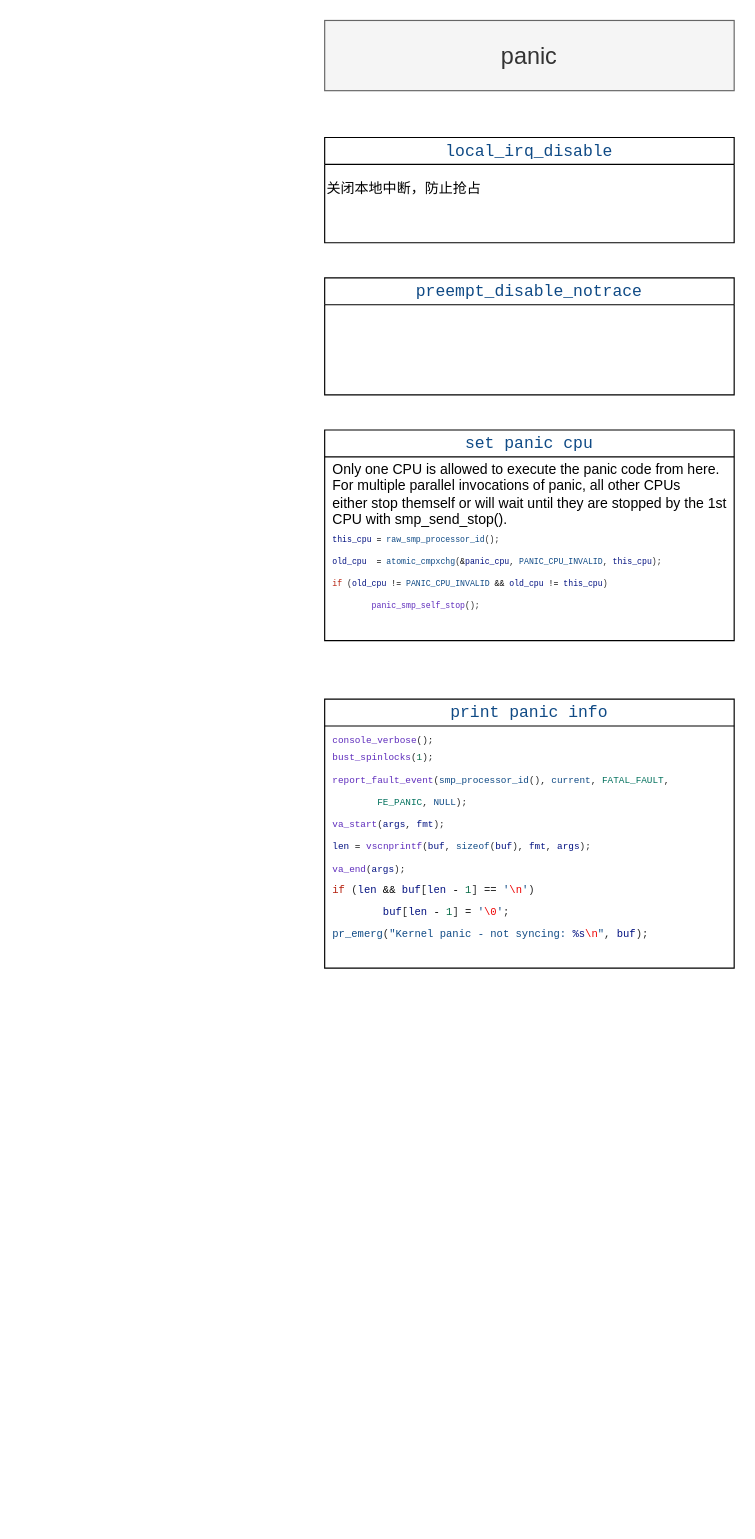
Above: 未命名绘图.drawio in wbzzx-bb/wb-linux (draw.io), before the change. Source tidied: cells renumbered, new cells numbered last; positions are measured from the earlier drawing's top-left corner, leaving out a move shared by most shapes. Both pictures are drawn from the tidied source at 117%, with x=0, y=0 at pixel (324, 20).
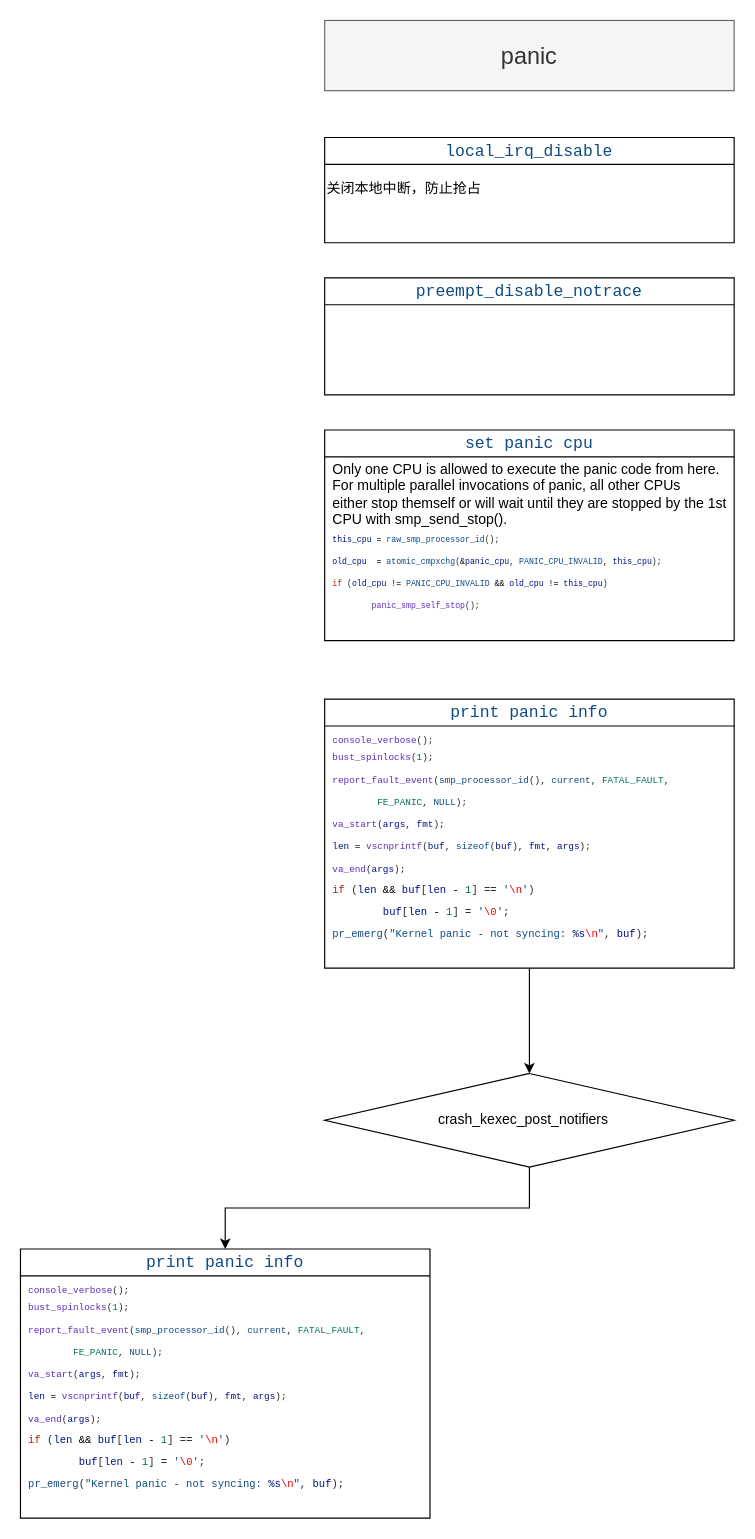
The same diagram, later.

Change to the diagram source:
```diff
@@
 <mxGraphModel>
   <root>
     <mxCell id="0" />
     <mxCell id="1" parent="0" />
     <mxCell id="2" value="&lt;div style=&quot;color: #292929;background-color: #ffffff;font-family: Consolas, 'Courier New', monospace;font-weight: normal;font-size: 14px;line-height: 19px;white-space: pre;&quot;&gt;&lt;span style=&quot;color: #0f4a85;&quot;&gt;local_irq_disable&lt;/span&gt;&lt;/div&gt;" style="swimlane;whiteSpace=wrap;html=1;" parent="1" vertex="1">
       <mxGeometry y="100" width="350" height="90" as="geometry" />
     </mxCell>
     <mxCell id="3" value="&lt;div&gt;关闭本地中断，防止抢占&lt;/div&gt;" style="text;strokeColor=none;align=left;fillColor=none;html=1;verticalAlign=top;whiteSpace=wrap;rounded=0;" parent="2" vertex="1">
       <mxGeometry y="30" width="340" height="30" as="geometry" />
     </mxCell>
     <mxCell id="4" value="&lt;font style=&quot;font-size: 20px;&quot;&gt;panic&lt;/font&gt;" style="rounded=0;whiteSpace=wrap;html=1;fillColor=#f5f5f5;fontColor=#333333;strokeColor=#666666;" parent="1" vertex="1">
       <mxGeometry width="350" height="60" as="geometry" />
     </mxCell>
     <mxCell id="5" value="&lt;div style=&quot;color: #292929;background-color: #ffffff;font-family: Consolas, 'Courier New', monospace;font-weight: normal;font-size: 14px;line-height: 19px;white-space: pre;&quot;&gt;&lt;div style=&quot;line-height: 19px;&quot;&gt;&lt;span style=&quot;color: #0f4a85;&quot;&gt;preempt_disable_notrace&lt;/span&gt;&lt;/div&gt;&lt;/div&gt;" style="swimlane;whiteSpace=wrap;html=1;" parent="1" vertex="1">
       <mxGeometry y="220" width="350" height="100" as="geometry" />
     </mxCell>
     <mxCell id="6" value="&lt;div style=&quot;color: #292929;background-color: #ffffff;font-family: Consolas, 'Courier New', monospace;font-weight: normal;font-size: 14px;line-height: 19px;white-space: pre;&quot;&gt;&lt;div style=&quot;line-height: 19px;&quot;&gt;&lt;span style=&quot;color: #0f4a85;&quot;&gt;set panic cpu&lt;/span&gt;&lt;/div&gt;&lt;/div&gt;" style="swimlane;whiteSpace=wrap;html=1;" parent="1" vertex="1">
       <mxGeometry y="350" width="350" height="180" as="geometry" />
     </mxCell>
     <mxCell id="7" value="&lt;div&gt;Only one CPU is allowed to execute the panic code from here. For&lt;span style=&quot;background-color: initial;&quot;&gt;&amp;nbsp;multiple parallel invocations of panic, all other CPUs either&amp;nbsp;&lt;/span&gt;&lt;span style=&quot;background-color: initial;&quot;&gt;stop themself or will wait until they are stopped by the 1st CPU&lt;/span&gt;&lt;span style=&quot;background-color: initial;&quot;&gt;&amp;nbsp;with smp_send_stop().&lt;/span&gt;&lt;/div&gt;&lt;div style=&quot;font-size: 7px;&quot;&gt;&lt;div style=&quot;color: rgb(41, 41, 41); background-color: rgb(255, 255, 255); font-family: Consolas, &amp;quot;Courier New&amp;quot;, monospace; line-height: 19px; white-space: pre;&quot;&gt;&lt;div&gt;&lt;span style=&quot;color: #001080;&quot;&gt;this_cpu&lt;/span&gt; &lt;span style=&quot;color: #000000;&quot;&gt;=&lt;/span&gt; &lt;span style=&quot;color: #0f4a85;&quot;&gt;raw_smp_processor_id&lt;/span&gt;();&lt;/div&gt;&lt;div&gt;&lt;span style=&quot;color: #001080;&quot;&gt;old_cpu&lt;/span&gt; &amp;nbsp;&lt;span style=&quot;color: #000000;&quot;&gt;=&lt;/span&gt; &lt;span style=&quot;color: #0f4a85;&quot;&gt;atomic_cmpxchg&lt;/span&gt;(&lt;span style=&quot;color: #000000;&quot;&gt;&amp;amp;&lt;/span&gt;&lt;span style=&quot;color: #001080;&quot;&gt;panic_cpu&lt;/span&gt;, &lt;span style=&quot;color: #0f4a85;&quot;&gt;PANIC_CPU_INVALID&lt;/span&gt;, &lt;span style=&quot;color: #001080;&quot;&gt;this_cpu&lt;/span&gt;);&lt;/div&gt;&lt;div&gt;&lt;span style=&quot;color: #b5200d;&quot;&gt;if&lt;/span&gt; (&lt;span style=&quot;color: #001080;&quot;&gt;old_cpu&lt;/span&gt; &lt;span style=&quot;color: #000000;&quot;&gt;!=&lt;/span&gt; &lt;span style=&quot;color: #0f4a85;&quot;&gt;PANIC_CPU_INVALID&lt;/span&gt; &lt;span style=&quot;color: #000000;&quot;&gt;&amp;amp;&amp;amp;&lt;/span&gt; &lt;span style=&quot;color: #001080;&quot;&gt;old_cpu&lt;/span&gt; &lt;span style=&quot;color: #000000;&quot;&gt;!=&lt;/span&gt; &lt;span style=&quot;color: #001080;&quot;&gt;this_cpu&lt;/span&gt;)&lt;/div&gt;&lt;div&gt;&amp;nbsp; &amp;nbsp; &amp;nbsp; &amp;nbsp; &lt;span style=&quot;color: #5e2cbc;&quot;&gt;panic_smp_self_stop&lt;/span&gt;();&lt;/div&gt;&lt;/div&gt;&lt;/div&gt;" style="text;strokeColor=none;align=left;fillColor=none;html=1;verticalAlign=top;whiteSpace=wrap;rounded=0;" parent="6" vertex="1">
       <mxGeometry x="5" y="20" width="340" height="150" as="geometry" />
     </mxCell>
     <mxCell id="8" value="&lt;div style=&quot;color: #292929;background-color: #ffffff;font-family: Consolas, 'Courier New', monospace;font-weight: normal;font-size: 14px;line-height: 19px;white-space: pre;&quot;&gt;&lt;div style=&quot;line-height: 19px;&quot;&gt;&lt;span style=&quot;color: #0f4a85;&quot;&gt;print panic info&lt;/span&gt;&lt;/div&gt;&lt;/div&gt;" style="swimlane;whiteSpace=wrap;html=1;" parent="1" vertex="1">
       <mxGeometry y="580" width="350" height="230" as="geometry" />
     </mxCell>
     <mxCell id="9" value="&lt;div&gt;&lt;span style=&quot;background-color: rgb(255, 255, 255); font-family: Consolas, &amp;quot;Courier New&amp;quot;, monospace; font-size: 8px; white-space: pre; color: rgb(94, 44, 188);&quot;&gt;console_verbose&lt;/span&gt;&lt;span style=&quot;background-color: rgb(255, 255, 255); color: rgb(41, 41, 41); font-family: Consolas, &amp;quot;Courier New&amp;quot;, monospace; font-size: 8px; white-space: pre;&quot;&gt;();&lt;/span&gt;&lt;br&gt;&lt;/div&gt;&lt;div style=&quot;font-size: 7px;&quot;&gt;&lt;div style=&quot;color: rgb(41, 41, 41); background-color: rgb(255, 255, 255); font-family: Consolas, &amp;quot;Courier New&amp;quot;, monospace; line-height: 19px; white-space: pre; font-size: 8px;&quot;&gt;&lt;div style=&quot;line-height: 19px;&quot;&gt;&lt;div&gt;&lt;span style=&quot;color: #5e2cbc;&quot;&gt;bust_spinlocks&lt;/span&gt;(&lt;span style=&quot;color: #096d48;&quot;&gt;1&lt;/span&gt;);&lt;/div&gt;&lt;div&gt;&lt;span style=&quot;color: rgb(94, 44, 188);&quot;&gt;report_fault_event&lt;/span&gt;(&lt;span style=&quot;color: rgb(15, 74, 133);&quot;&gt;smp_processor_id&lt;/span&gt;(), &lt;span style=&quot;color: rgb(15, 74, 133);&quot;&gt;current&lt;/span&gt;, &lt;span style=&quot;color: rgb(2, 113, 93);&quot;&gt;FATAL_FAULT&lt;/span&gt;,&lt;/div&gt;&lt;div&gt;&amp;nbsp; &amp;nbsp; &amp;nbsp; &amp;nbsp; &lt;span style=&quot;color: #02715d;&quot;&gt;FE_PANIC&lt;/span&gt;, &lt;span style=&quot;color: #0f4a85;&quot;&gt;NULL&lt;/span&gt;);&lt;/div&gt;&lt;div&gt;&lt;span style=&quot;color: #5e2cbc;&quot;&gt;va_start&lt;/span&gt;(&lt;span style=&quot;color: #001080;&quot;&gt;args&lt;/span&gt;, &lt;span style=&quot;color: #001080;&quot;&gt;fmt&lt;/span&gt;);&lt;/div&gt;&lt;div&gt;&lt;span style=&quot;color: #001080;&quot;&gt;len&lt;/span&gt; &lt;span style=&quot;color: #000000;&quot;&gt;=&lt;/span&gt; &lt;span style=&quot;color: #5e2cbc;&quot;&gt;vscnprintf&lt;/span&gt;(&lt;span style=&quot;color: #001080;&quot;&gt;buf&lt;/span&gt;, &lt;span style=&quot;color: #0f4a85;&quot;&gt;sizeof&lt;/span&gt;(&lt;span style=&quot;color: #001080;&quot;&gt;buf&lt;/span&gt;), &lt;span style=&quot;color: #001080;&quot;&gt;fmt&lt;/span&gt;, &lt;span style=&quot;color: #001080;&quot;&gt;args&lt;/span&gt;);&lt;/div&gt;&lt;div&gt;&lt;span style=&quot;color: #5e2cbc;&quot;&gt;va_end&lt;/span&gt;(&lt;span style=&quot;color: #001080;&quot;&gt;args&lt;/span&gt;);&lt;/div&gt;&lt;div style=&quot;font-size: 9px;&quot;&gt;&lt;div style=&quot;line-height: 19px;&quot;&gt;&lt;div&gt;&lt;span style=&quot;color: #b5200d;&quot;&gt;if&lt;/span&gt; (&lt;span style=&quot;color: #001080;&quot;&gt;len&lt;/span&gt; &lt;span style=&quot;color: #000000;&quot;&gt;&amp;amp;&amp;amp;&lt;/span&gt; &lt;span style=&quot;color: #001080;&quot;&gt;buf&lt;/span&gt;[&lt;span style=&quot;color: #001080;&quot;&gt;len&lt;/span&gt; &lt;span style=&quot;color: #000000;&quot;&gt;-&lt;/span&gt; &lt;span style=&quot;color: #096d48;&quot;&gt;1&lt;/span&gt;] &lt;span style=&quot;color: #000000;&quot;&gt;==&lt;/span&gt; &lt;span style=&quot;color: #0f4a85;&quot;&gt;'&lt;/span&gt;&lt;span style=&quot;color: #ee0000;&quot;&gt;\n&lt;/span&gt;&lt;span style=&quot;color: #0f4a85;&quot;&gt;'&lt;/span&gt;)&lt;/div&gt;&lt;div&gt;&amp;nbsp; &amp;nbsp; &amp;nbsp; &amp;nbsp; &lt;span style=&quot;color: #001080;&quot;&gt;buf&lt;/span&gt;[&lt;span style=&quot;color: #001080;&quot;&gt;len&lt;/span&gt; &lt;span style=&quot;color: #000000;&quot;&gt;-&lt;/span&gt; &lt;span style=&quot;color: #096d48;&quot;&gt;1&lt;/span&gt;] &lt;span style=&quot;color: #000000;&quot;&gt;=&lt;/span&gt; &lt;span style=&quot;color: #0f4a85;&quot;&gt;'&lt;/span&gt;&lt;span style=&quot;color: #ee0000;&quot;&gt;\0&lt;/span&gt;&lt;span style=&quot;color: #0f4a85;&quot;&gt;'&lt;/span&gt;;&lt;/div&gt;&lt;div&gt;&lt;span style=&quot;color: #0f4a85;&quot;&gt;pr_emerg&lt;/span&gt;(&lt;span style=&quot;color: #0f4a85;&quot;&gt;&quot;Kernel panic - not syncing: &lt;/span&gt;&lt;span style=&quot;color: #001080;&quot;&gt;%s&lt;/span&gt;&lt;span style=&quot;color: #ee0000;&quot;&gt;\n&lt;/span&gt;&lt;span style=&quot;color: #0f4a85;&quot;&gt;&quot;&lt;/span&gt;, &lt;span style=&quot;color: #001080;&quot;&gt;buf&lt;/span&gt;);&lt;/div&gt;&lt;/div&gt;&lt;/div&gt;&lt;/div&gt;&lt;/div&gt;&lt;/div&gt;" style="text;strokeColor=none;align=left;fillColor=none;html=1;verticalAlign=top;whiteSpace=wrap;rounded=0;" parent="8" vertex="1">
       <mxGeometry x="5" y="20" width="340" height="210" as="geometry" />
     </mxCell>
+    <mxCell id="10" value="&lt;div style=&quot;color: #292929;background-color: #ffffff;font-family: Consolas, 'Courier New', monospace;font-weight: normal;font-size: 14px;line-height: 19px;white-space: pre;&quot;&gt;&lt;div style=&quot;line-height: 19px;&quot;&gt;&lt;span style=&quot;color: #0f4a85;&quot;&gt;print panic info&lt;/span&gt;&lt;/div&gt;&lt;/div&gt;" style="swimlane;whiteSpace=wrap;html=1;" parent="1" vertex="1">
+      <mxGeometry x="-260" y="1050" width="350" height="230" as="geometry" />
+    </mxCell>
+    <mxCell id="11" value="&lt;div&gt;&lt;span style=&quot;background-color: rgb(255, 255, 255); font-family: Consolas, &amp;quot;Courier New&amp;quot;, monospace; font-size: 8px; white-space: pre; color: rgb(94, 44, 188);&quot;&gt;console_verbose&lt;/span&gt;&lt;span style=&quot;background-color: rgb(255, 255, 255); color: rgb(41, 41, 41); font-family: Consolas, &amp;quot;Courier New&amp;quot;, monospace; font-size: 8px; white-space: pre;&quot;&gt;();&lt;/span&gt;&lt;br&gt;&lt;/div&gt;&lt;div style=&quot;font-size: 7px;&quot;&gt;&lt;div style=&quot;color: rgb(41, 41, 41); background-color: rgb(255, 255, 255); font-family: Consolas, &amp;quot;Courier New&amp;quot;, monospace; line-height: 19px; white-space: pre; font-size: 8px;&quot;&gt;&lt;div style=&quot;line-height: 19px;&quot;&gt;&lt;div&gt;&lt;span style=&quot;color: #5e2cbc;&quot;&gt;bust_spinlocks&lt;/span&gt;(&lt;span style=&quot;color: #096d48;&quot;&gt;1&lt;/span&gt;);&lt;/div&gt;&lt;div&gt;&lt;span style=&quot;color: rgb(94, 44, 188);&quot;&gt;report_fault_event&lt;/span&gt;(&lt;span style=&quot;color: rgb(15, 74, 133);&quot;&gt;smp_processor_id&lt;/span&gt;(), &lt;span style=&quot;color: rgb(15, 74, 133);&quot;&gt;current&lt;/span&gt;, &lt;span style=&quot;color: rgb(2, 113, 93);&quot;&gt;FATAL_FAULT&lt;/span&gt;,&lt;/div&gt;&lt;div&gt;&amp;nbsp; &amp;nbsp; &amp;nbsp; &amp;nbsp; &lt;span style=&quot;color: #02715d;&quot;&gt;FE_PANIC&lt;/span&gt;, &lt;span style=&quot;color: #0f4a85;&quot;&gt;NULL&lt;/span&gt;);&lt;/div&gt;&lt;div&gt;&lt;span style=&quot;color: #5e2cbc;&quot;&gt;va_start&lt;/span&gt;(&lt;span style=&quot;color: #001080;&quot;&gt;args&lt;/span&gt;, &lt;span style=&quot;color: #001080;&quot;&gt;fmt&lt;/span&gt;);&lt;/div&gt;&lt;div&gt;&lt;span style=&quot;color: #001080;&quot;&gt;len&lt;/span&gt; &lt;span style=&quot;color: #000000;&quot;&gt;=&lt;/span&gt; &lt;span style=&quot;color: #5e2cbc;&quot;&gt;vscnprintf&lt;/span&gt;(&lt;span style=&quot;color: #001080;&quot;&gt;buf&lt;/span&gt;, &lt;span style=&quot;color: #0f4a85;&quot;&gt;sizeof&lt;/span&gt;(&lt;span style=&quot;color: #001080;&quot;&gt;buf&lt;/span&gt;), &lt;span style=&quot;color: #001080;&quot;&gt;fmt&lt;/span&gt;, &lt;span style=&quot;color: #001080;&quot;&gt;args&lt;/span&gt;);&lt;/div&gt;&lt;div&gt;&lt;span style=&quot;color: #5e2cbc;&quot;&gt;va_end&lt;/span&gt;(&lt;span style=&quot;color: #001080;&quot;&gt;args&lt;/span&gt;);&lt;/div&gt;&lt;div style=&quot;font-size: 9px;&quot;&gt;&lt;div style=&quot;line-height: 19px;&quot;&gt;&lt;div&gt;&lt;span style=&quot;color: #b5200d;&quot;&gt;if&lt;/span&gt; (&lt;span style=&quot;color: #001080;&quot;&gt;len&lt;/span&gt; &lt;span style=&quot;color: #000000;&quot;&gt;&amp;amp;&amp;amp;&lt;/span&gt; &lt;span style=&quot;color: #001080;&quot;&gt;buf&lt;/span&gt;[&lt;span style=&quot;color: #001080;&quot;&gt;len&lt;/span&gt; &lt;span style=&quot;color: #000000;&quot;&gt;-&lt;/span&gt; &lt;span style=&quot;color: #096d48;&quot;&gt;1&lt;/span&gt;] &lt;span style=&quot;color: #000000;&quot;&gt;==&lt;/span&gt; &lt;span style=&quot;color: #0f4a85;&quot;&gt;'&lt;/span&gt;&lt;span style=&quot;color: #ee0000;&quot;&gt;\n&lt;/span&gt;&lt;span style=&quot;color: #0f4a85;&quot;&gt;'&lt;/span&gt;)&lt;/div&gt;&lt;div&gt;&amp;nbsp; &amp;nbsp; &amp;nbsp; &amp;nbsp; &lt;span style=&quot;color: #001080;&quot;&gt;buf&lt;/span&gt;[&lt;span style=&quot;color: #001080;&quot;&gt;len&lt;/span&gt; &lt;span style=&quot;color: #000000;&quot;&gt;-&lt;/span&gt; &lt;span style=&quot;color: #096d48;&quot;&gt;1&lt;/span&gt;] &lt;span style=&quot;color: #000000;&quot;&gt;=&lt;/span&gt; &lt;span style=&quot;color: #0f4a85;&quot;&gt;'&lt;/span&gt;&lt;span style=&quot;color: #ee0000;&quot;&gt;\0&lt;/span&gt;&lt;span style=&quot;color: #0f4a85;&quot;&gt;'&lt;/span&gt;;&lt;/div&gt;&lt;div&gt;&lt;span style=&quot;color: #0f4a85;&quot;&gt;pr_emerg&lt;/span&gt;(&lt;span style=&quot;color: #0f4a85;&quot;&gt;&quot;Kernel panic - not syncing: &lt;/span&gt;&lt;span style=&quot;color: #001080;&quot;&gt;%s&lt;/span&gt;&lt;span style=&quot;color: #ee0000;&quot;&gt;\n&lt;/span&gt;&lt;span style=&quot;color: #0f4a85;&quot;&gt;&quot;&lt;/span&gt;, &lt;span style=&quot;color: #001080;&quot;&gt;buf&lt;/span&gt;);&lt;/div&gt;&lt;/div&gt;&lt;/div&gt;&lt;/div&gt;&lt;/div&gt;&lt;/div&gt;" style="text;strokeColor=none;align=left;fillColor=none;html=1;verticalAlign=top;whiteSpace=wrap;rounded=0;" parent="10" vertex="1">
+      <mxGeometry x="5" y="20" width="340" height="210" as="geometry" />
+    </mxCell>
+    <mxCell id="12" style="edgeStyle=orthogonalEdgeStyle;rounded=0;jettySize=auto;html=1;entryX=0.5;entryY=0;entryDx=0;entryDy=0;" parent="1" edge="1" source="13" target="10">
+      <mxGeometry relative="1" as="geometry" />
+    </mxCell>
+    <mxCell id="13" style="rhombus;whiteSpace=wrap;html=1;" parent="1" vertex="1">
+      <mxGeometry y="900" width="350" height="80" as="geometry" />
+    </mxCell>
+    <mxCell id="14" value="crash_kexec_post_notifiers" style="text;strokeColor=none;align=center;fillColor=none;html=1;verticalAlign=middle;whiteSpace=wrap;rounded=0;" parent="1" vertex="1">
+      <mxGeometry x="80" y="925" width="180" height="30" as="geometry" />
+    </mxCell>
+    <mxCell id="15" style="edgeStyle=orthogonalEdgeStyle;rounded=0;jettySize=auto;html=1;entryX=0.5;entryY=0;entryDx=0;entryDy=0;" parent="1" edge="1" source="9" target="13">
+      <mxGeometry relative="1" as="geometry" />
+    </mxCell>
   </root>
 </mxGraphModel>
```
